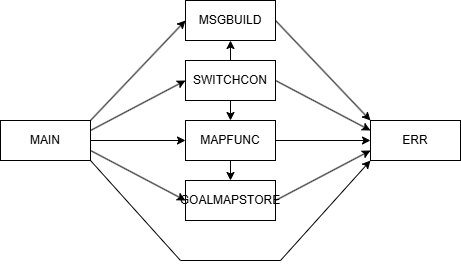
The draw.io diagram figures/scriptConnectionsV1.png in SophiagDotart/puzzlingRobots, before a commit. Source tidied: cells renumbered, new cells last; positions are measured from the earlier drawing's top-left corner, leaving out a move shared by most shapes.
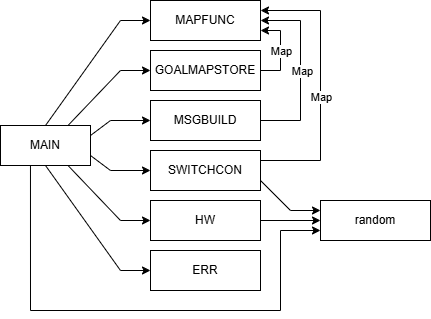
After the change.

Commit message:
added stateDiagram and fixed typos in comments of err

Change to the diagram source:
```diff
@@ -2,64 +2,127 @@
   <root>
     <mxCell id="0" />
     <mxCell id="1" parent="0" />
-    <mxCell id="2" style="endArrow=classic;html=1;rounded=0;exitX=1;exitY=0.25;exitDx=0;exitDy=0;entryX=0;entryY=0.5;entryDx=0;entryDy=0;" parent="1" edge="1" source="14" target="18">
-      <mxGeometry relative="1" as="geometry" />
-    </mxCell>
-    <mxCell id="3" style="endArrow=classic;html=1;rounded=0;exitX=1;exitY=0.5;exitDx=0;exitDy=0;entryX=0;entryY=0.5;entryDx=0;entryDy=0;" parent="1" edge="1" source="14" target="16">
-      <mxGeometry relative="1" as="geometry" />
-    </mxCell>
-    <mxCell id="4" style="endArrow=classic;html=1;rounded=0;exitX=1;exitY=0.75;exitDx=0;exitDy=0;entryX=0;entryY=0.5;entryDx=0;entryDy=0;" parent="1" edge="1" source="14" target="17">
-      <mxGeometry relative="1" as="geometry" />
-    </mxCell>
-    <mxCell id="5" style="endArrow=classic;html=1;rounded=0;entryX=0.5;entryY=0;entryDx=0;entryDy=0;exitX=0.5;exitY=1;exitDx=0;exitDy=0;" parent="1" edge="1" source="18" target="16">
-      <mxGeometry relative="1" as="geometry" />
-    </mxCell>
-    <mxCell id="6" style="endArrow=classic;html=1;rounded=0;exitX=0.5;exitY=1;exitDx=0;exitDy=0;entryX=0.5;entryY=0;entryDx=0;entryDy=0;" parent="1" edge="1" source="16" target="17">
-      <mxGeometry relative="1" as="geometry" />
-    </mxCell>
-    <mxCell id="7" style="endArrow=classic;html=1;rounded=0;exitX=1;exitY=0;exitDx=0;exitDy=0;entryX=0;entryY=0.5;entryDx=0;entryDy=0;" parent="1" edge="1" source="14" target="13">
-      <mxGeometry relative="1" as="geometry" />
-    </mxCell>
-    <mxCell id="8" style="endArrow=classic;html=1;rounded=0;entryX=0;entryY=0.25;entryDx=0;entryDy=0;exitX=1;exitY=0.5;exitDx=0;exitDy=0;" parent="1" edge="1" source="18" target="15">
-      <mxGeometry relative="1" as="geometry" />
-    </mxCell>
-    <mxCell id="9" style="endArrow=classic;html=1;rounded=0;exitX=1;exitY=0.5;exitDx=0;exitDy=0;entryX=0;entryY=0.5;entryDx=0;entryDy=0;" parent="1" edge="1" source="16" target="15">
-      <mxGeometry relative="1" as="geometry" />
-    </mxCell>
-    <mxCell id="10" style="endArrow=classic;html=1;rounded=0;entryX=0;entryY=0.75;entryDx=0;entryDy=0;exitX=1;exitY=0.5;exitDx=0;exitDy=0;" parent="1" edge="1" source="17" target="15">
-      <mxGeometry relative="1" as="geometry" />
-    </mxCell>
-    <mxCell id="11" style="endArrow=classic;html=1;rounded=0;entryX=0;entryY=0;entryDx=0;entryDy=0;exitX=1;exitY=0.5;exitDx=0;exitDy=0;" parent="1" edge="1" source="13" target="15">
-      <mxGeometry relative="1" as="geometry" />
-    </mxCell>
-    <mxCell id="12" style="endArrow=classic;html=1;rounded=0;exitX=1;exitY=1;exitDx=0;exitDy=0;entryX=0;entryY=1;entryDx=0;entryDy=0;" parent="1" edge="1" source="14" target="15">
-      <mxGeometry relative="1" as="geometry">
-        <Array as="points">
-          <mxPoint x="180" y="260" />
-          <mxPoint x="280" y="260" />
-        </Array>
-      </mxGeometry>
-    </mxCell>
-    <mxCell id="13" value="MSGBUILD" style="rounded=0;whiteSpace=wrap;html=1;" parent="1" vertex="1">
-      <mxGeometry x="185" width="90" height="40" as="geometry" />
+    <mxCell id="13" value="SWITCHCON" style="rounded=0;whiteSpace=wrap;html=1;" parent="1" vertex="1">
+      <mxGeometry y="330" width="110" height="40" as="geometry" />
     </mxCell>
     <mxCell id="14" value="MAIN" style="rounded=0;whiteSpace=wrap;html=1;" parent="1" vertex="1">
-      <mxGeometry y="120" width="90" height="40" as="geometry" />
+      <mxGeometry x="-150" y="305" width="90" height="40" as="geometry" />
     </mxCell>
     <mxCell id="15" value="ERR" style="rounded=0;whiteSpace=wrap;html=1;" parent="1" vertex="1">
-      <mxGeometry x="370" y="120" width="90" height="40" as="geometry" />
+      <mxGeometry y="430" width="110" height="40" as="geometry" />
     </mxCell>
     <mxCell id="16" value="MAPFUNC" style="rounded=0;whiteSpace=wrap;html=1;" parent="1" vertex="1">
-      <mxGeometry x="185" y="120" width="90" height="40" as="geometry" />
+      <mxGeometry y="180" width="110" height="40" as="geometry" />
     </mxCell>
     <mxCell id="17" value="GOALMAPSTORE" style="rounded=0;whiteSpace=wrap;html=1;" parent="1" vertex="1">
-      <mxGeometry x="185" y="180" width="90" height="40" as="geometry" />
+      <mxGeometry y="230" width="110" height="40" as="geometry" />
     </mxCell>
-    <mxCell id="18" value="SWITCHCON" style="rounded=0;whiteSpace=wrap;html=1;" parent="1" vertex="1">
-      <mxGeometry x="185" y="60" width="90" height="40" as="geometry" />
+    <mxCell id="18" value="MSGBUILD" style="rounded=0;whiteSpace=wrap;html=1;" parent="1" vertex="1">
+      <mxGeometry y="280" width="110" height="40" as="geometry" />
     </mxCell>
-    <mxCell id="19" style="endArrow=classic;html=1;rounded=0;exitX=0.5;exitY=0;exitDx=0;exitDy=0;entryX=0.5;entryY=1;entryDx=0;entryDy=0;" parent="1" edge="1" source="18" target="13">
-      <mxGeometry relative="1" as="geometry" />
-    </mxCell>
+    <mxCell id="20" value="HW" style="rounded=0;whiteSpace=wrap;html=1;" parent="1" vertex="1">
+      <mxGeometry y="380" width="110" height="40" as="geometry" />
+    </mxCell>
+    <mxCell id="3" style="endArrow=classic;html=1;rounded=0;exitX=0.5;exitY=0;exitDx=0;exitDy=0;entryX=0;entryY=0.5;entryDx=0;entryDy=0;" parent="1" edge="1" source="14" target="16">
+      <mxGeometry relative="1" as="geometry">
+        <Array as="points">
+          <mxPoint x="-30" y="200" />
+        </Array>
+      </mxGeometry>
+    </mxCell>
+    <mxCell id="4" style="endArrow=classic;html=1;rounded=0;exitX=0.75;exitY=0;exitDx=0;exitDy=0;entryX=0;entryY=0.5;entryDx=0;entryDy=0;" parent="1" edge="1" source="14" target="17">
+      <mxGeometry relative="1" as="geometry">
+        <Array as="points">
+          <mxPoint x="-30" y="250" />
+        </Array>
+      </mxGeometry>
+    </mxCell>
+    <mxCell id="2" style="endArrow=classic;html=1;rounded=0;exitX=1;exitY=0.25;exitDx=0;exitDy=0;entryX=0;entryY=0.5;entryDx=0;entryDy=0;" parent="1" edge="1" source="14" target="18">
+      <mxGeometry relative="1" as="geometry">
+        <Array as="points">
+          <mxPoint x="-40" y="300" />
+        </Array>
+      </mxGeometry>
+    </mxCell>
+    <mxCell id="21" style="endArrow=classic;html=1;rounded=0;exitX=0.75;exitY=1;exitDx=0;exitDy=0;entryX=0;entryY=0.5;entryDx=0;entryDy=0;" parent="1" edge="1" source="14" target="20">
+      <mxGeometry relative="1" as="geometry">
+        <Array as="points">
+          <mxPoint x="-30" y="400" />
+        </Array>
+      </mxGeometry>
+    </mxCell>
+    <mxCell id="12" style="endArrow=classic;html=1;rounded=0;exitX=0.5;exitY=1;exitDx=0;exitDy=0;entryX=0;entryY=0.5;entryDx=0;entryDy=0;" parent="1" edge="1" source="14" target="15">
+      <mxGeometry relative="1" as="geometry">
+        <Array as="points">
+          <mxPoint x="-30" y="450" />
+        </Array>
+      </mxGeometry>
+    </mxCell>
+    <mxCell id="7" style="endArrow=classic;html=1;rounded=0;exitX=1;exitY=0.75;exitDx=0;exitDy=0;entryX=0;entryY=0.5;entryDx=0;entryDy=0;" parent="1" edge="1" source="14" target="13">
+      <mxGeometry relative="1" as="geometry">
+        <Array as="points">
+          <mxPoint x="-40" y="350" />
+        </Array>
+      </mxGeometry>
+    </mxCell>
+    <mxCell id="22" value="random" style="rounded=0;whiteSpace=wrap;html=1;" parent="1" vertex="1">
+      <mxGeometry x="170" y="380" width="110" height="40" as="geometry" />
+    </mxCell>
+    <mxCell id="23" style="endArrow=classic;html=1;rounded=0;exitX=1;exitY=0.5;exitDx=0;exitDy=0;entryX=1;entryY=0.75;entryDx=0;entryDy=0;" parent="1" edge="1" source="17" target="16">
+      <mxGeometry relative="1" as="geometry">
+        <Array as="points">
+          <mxPoint x="130" y="250" />
+          <mxPoint x="130" y="210" />
+        </Array>
+      </mxGeometry>
+    </mxCell>
+    <mxCell id="24" value="Map" style="edgeLabel;html=1;align=center;verticalAlign=middle;" parent="23" vertex="1">
+      <mxGeometry x="0.2" relative="1" as="geometry">
+        <mxPoint y="8" as="offset" />
+      </mxGeometry>
+    </mxCell>
+    <mxCell id="25" style="endArrow=classic;html=1;rounded=0;exitX=1;exitY=0.5;exitDx=0;exitDy=0;entryX=0;entryY=0.5;entryDx=0;entryDy=0;" parent="1" edge="1" source="20" target="22">
+      <mxGeometry relative="1" as="geometry" />
+    </mxCell>
+    <mxCell id="26" style="endArrow=classic;html=1;rounded=0;exitX=1;exitY=0.25;exitDx=0;exitDy=0;entryX=1;entryY=0.25;entryDx=0;entryDy=0;" parent="1" edge="1" source="13" target="16">
+      <mxGeometry relative="1" as="geometry">
+        <Array as="points">
+          <mxPoint x="170" y="340" />
+          <mxPoint x="170" y="190" />
+        </Array>
+      </mxGeometry>
+    </mxCell>
+    <mxCell id="27" value="Map" style="edgeLabel;html=1;align=center;verticalAlign=middle;" parent="26" vertex="1">
+      <mxGeometry x="0.02" relative="1" as="geometry">
+        <mxPoint y="13" as="offset" />
+      </mxGeometry>
+    </mxCell>
+    <mxCell id="5" style="endArrow=classic;html=1;rounded=0;exitX=1;exitY=0.5;exitDx=0;exitDy=0;entryX=1;entryY=0.5;entryDx=0;entryDy=0;" parent="1" edge="1" source="18" target="16">
+      <mxGeometry relative="1" as="geometry">
+        <Array as="points">
+          <mxPoint x="150" y="300" />
+          <mxPoint x="150" y="200" />
+        </Array>
+      </mxGeometry>
+    </mxCell>
+    <mxCell id="28" value="Map" style="edgeLabel;html=1;align=center;verticalAlign=middle;" parent="5" vertex="1">
+      <mxGeometry y="-1" relative="1" as="geometry" />
+    </mxCell>
+    <mxCell id="29" style="endArrow=classic;html=1;rounded=0;exitX=1;exitY=0.75;exitDx=0;exitDy=0;entryX=0;entryY=0.25;entryDx=0;entryDy=0;" parent="1" edge="1" source="13" target="22">
+      <mxGeometry relative="1" as="geometry">
+        <Array as="points">
+          <mxPoint x="140" y="390" />
+        </Array>
+      </mxGeometry>
+    </mxCell>
+    <mxCell id="30" style="endArrow=classic;html=1;rounded=0;exitX=0.333;exitY=0.995;exitDx=0;exitDy=0;entryX=0;entryY=0.75;entryDx=0;entryDy=0;exitPerimeter=0;" parent="1" edge="1" source="14" target="22">
+      <mxGeometry relative="1" as="geometry">
+        <Array as="points">
+          <mxPoint x="-120" y="490" />
+          <mxPoint x="130" y="490" />
+          <mxPoint x="130" y="410" />
+        </Array>
+      </mxGeometry>
+    </mxCell>
   </root>
 </mxGraphModel>
```
